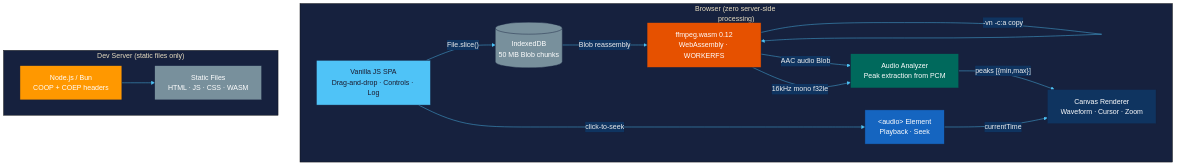
gjovanov/audio-waveform keeps this Mermaid diagram as docs/diagrams/01-architecture-overview.png. Above is the earlier version. Its source is kept beside it as docs/diagrams/01-architecture-overview.mmd.
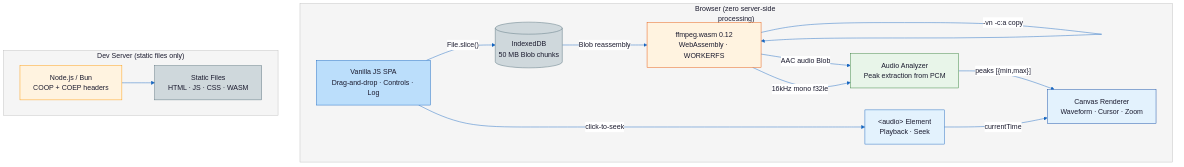
The same file after the commit.

What changed in the source:
```diff
@@ -1,4 +1,4 @@
-%%{init: {'theme': 'base', 'themeVariables': {'primaryColor': '#1a1a2e', 'primaryTextColor': '#eee', 'primaryBorderColor': '#16213e', 'lineColor': '#4fc3f7', 'secondaryColor': '#0f3460', 'tertiaryColor': '#16213e'}}}%%
+%%{init: {'theme': 'base', 'themeVariables': {'primaryColor': '#e3f2fd', 'primaryTextColor': '#1a1a2e', 'primaryBorderColor': '#1565c0', 'lineColor': '#1565c0', 'secondaryColor': '#fff3e0', 'tertiaryColor': '#e8f5e9', 'background': '#ffffff', 'mainBkg': '#e3f2fd', 'nodeBorder': '#1565c0', 'clusterBkg': '#f5f5f5', 'clusterBorder': '#bdbdbd', 'titleColor': '#1a1a2e', 'edgeLabelBackground': '#ffffff'}}}%%
 graph TB
     subgraph Browser["Browser (zero server-side processing)"]
         UI["Vanilla JS SPA<br/>Drag-and-drop · Controls · Log"]
@@ -24,11 +24,11 @@
     AUDIO -->|"currentTime"| CANVAS
     NODE --> FILES
 
-    style UI fill:#4fc3f7,color:#1a1a2e
-    style IDB fill:#78909c,color:#fff
-    style FFMPEG fill:#e65100,color:#fff
-    style ANALYZER fill:#00695c,color:#fff
-    style CANVAS fill:#0f3460,color:#fff
-    style AUDIO fill:#1565c0,color:#fff
-    style NODE fill:#ff9800,color:#fff
-    style FILES fill:#78909c,color:#fff
+    style UI fill:#bbdefb,stroke:#1565c0,color:#1a1a2e
+    style IDB fill:#cfd8dc,stroke:#546e7a,color:#1a1a2e
+    style FFMPEG fill:#fff3e0,stroke:#e65100,color:#1a1a2e
+    style ANALYZER fill:#e8f5e9,stroke:#2e7d32,color:#1a1a2e
+    style CANVAS fill:#e3f2fd,stroke:#0d47a1,color:#1a1a2e
+    style AUDIO fill:#e3f2fd,stroke:#1565c0,color:#1a1a2e
+    style NODE fill:#fff3e0,stroke:#ff9800,color:#1a1a2e
+    style FILES fill:#cfd8dc,stroke:#546e7a,color:#1a1a2e
```
